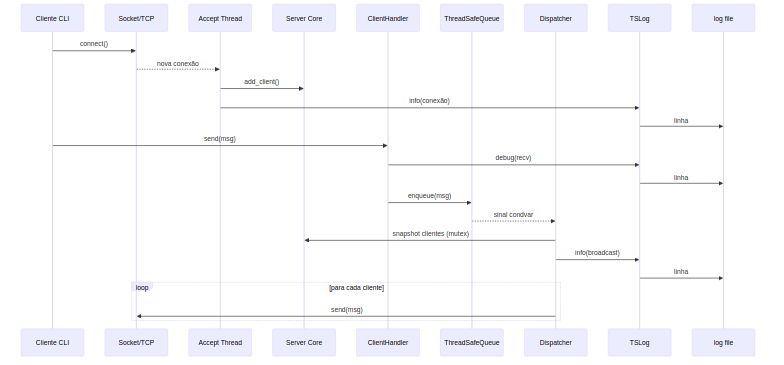
Before: docs/diagramas/seq_mensagem.png, a diagram exported from Mermaid (LucasGabrielFontes/TrabalhoFinalLPII). Its source is kept beside it as docs/diagramas/seq_mensagem.mmd. Its diagram source:
```mermaid
sequenceDiagram
  participant CLI as Cliente CLI
  participant OS as Socket/TCP
  participant ACC as Accept Thread
  participant SRV as Server Core
  participant CH as ClientHandler
  participant Q as ThreadSafeQueue
  participant DISP as Dispatcher
  participant LOG as TSLog
  participant FILE as log file

  CLI->>OS: connect()
  OS-->>ACC: nova conexão
  ACC->>SRV: add_client()
  ACC->>LOG: info(conexão)
  LOG->>FILE: linha

  CLI->>CH: send(msg)
  CH->>LOG: debug(recv)
  LOG->>FILE: linha

  CH->>Q: enqueue(msg)
  Q-->>DISP: sinal condvar
  DISP->>SRV: snapshot clientes (mutex)
  DISP->>LOG: info(broadcast)
  LOG->>FILE: linha
  loop para cada cliente
    DISP->>OS: send(msg)
  end
```
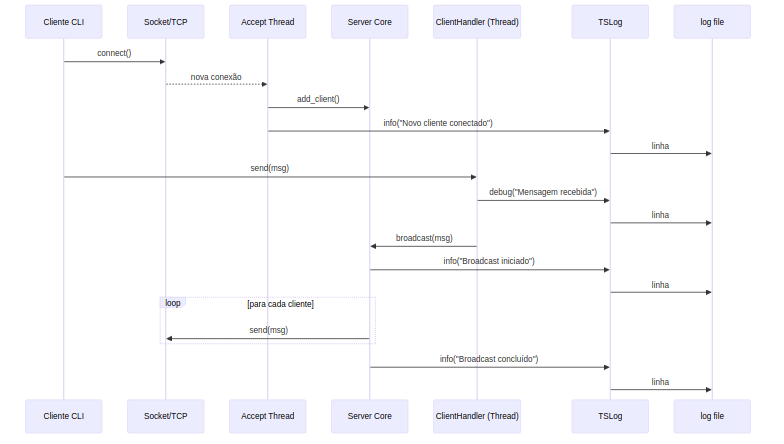
Above is the later version.

Change to the diagram source:
```diff
@@ -3,27 +3,22 @@
   participant OS as Socket/TCP
   participant ACC as Accept Thread
   participant SRV as Server Core
-  participant CH as ClientHandler
-  participant Q as ThreadSafeQueue
-  participant DISP as Dispatcher
+  participant CH as ClientHandler (Thread)
   participant LOG as TSLog
   participant FILE as log file
-
   CLI->>OS: connect()
   OS-->>ACC: nova conexão
   ACC->>SRV: add_client()
-  ACC->>LOG: info(conexão)
+  ACC->>LOG: info("Novo cliente conectado")
   LOG->>FILE: linha
-
   CLI->>CH: send(msg)
-  CH->>LOG: debug(recv)
+  CH->>LOG: debug("Mensagem recebida")
   LOG->>FILE: linha
-
-  CH->>Q: enqueue(msg)
-  Q-->>DISP: sinal condvar
-  DISP->>SRV: snapshot clientes (mutex)
-  DISP->>LOG: info(broadcast)
+  CH->>SRV: broadcast(msg)
+  SRV->>LOG: info("Broadcast iniciado")
   LOG->>FILE: linha
   loop para cada cliente
-    DISP->>OS: send(msg)
+    SRV->>OS: send(msg)
   end
+  SRV->>LOG: info("Broadcast concluído")
+  LOG->>FILE: linha
```
